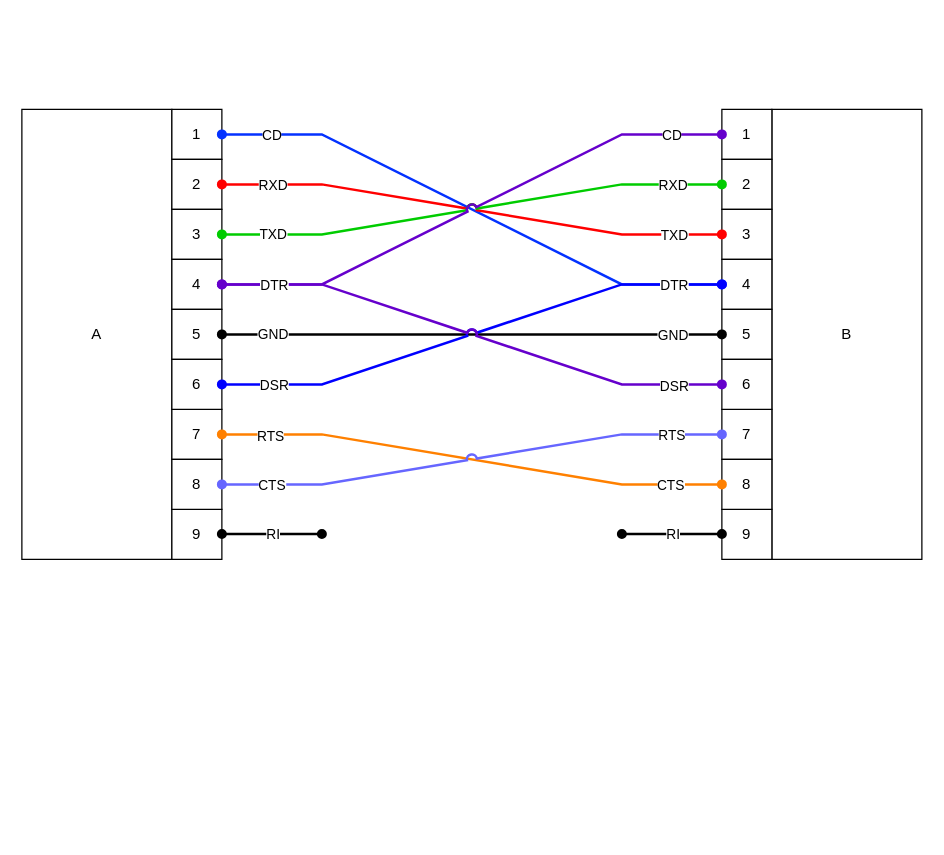
Before: null/serialcables.drawio in squeeb/diagrams, a draw.io diagram. Source tidied: cells renumbered, new cells numbered last; positions are measured from the earlier drawing's top-left corner, leaving out a move shared by most shapes. Both pictures are drawn from the tidied source at 125%, with x=0, y=0 at pixel (21, 109).
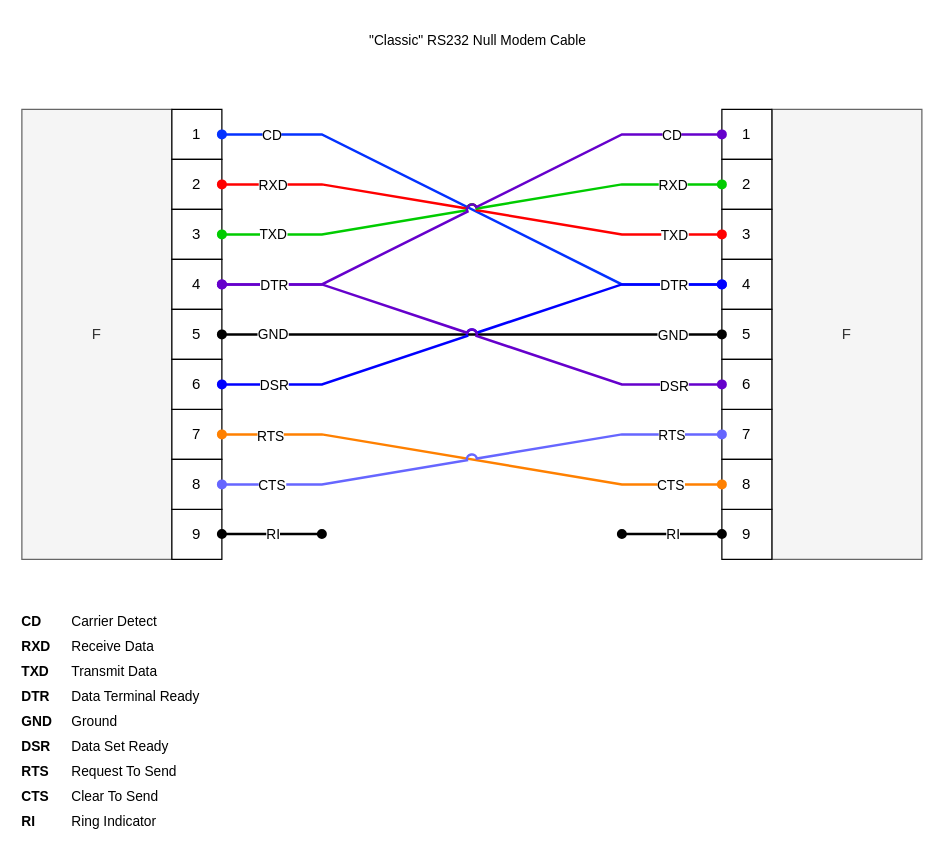
The same page after the edit.

The edit, as a diff of the source:
```diff
@@
-    <mxCell id="2" value="A" style="rounded=0;whiteSpace=wrap;html=1;" parent="1" vertex="1">
+    <mxCell id="2" value="F" style="rounded=0;whiteSpace=wrap;html=1;fillColor=#f5f5f5;fontColor=#333333;strokeColor=#666666;" parent="1" vertex="1">
       <mxGeometry width="120" height="360" as="geometry" />
     </mxCell>
-    <mxCell id="3" value="B" style="rounded=0;whiteSpace=wrap;html=1;" parent="1" vertex="1">
+    <mxCell id="3" value="F" style="rounded=0;whiteSpace=wrap;html=1;fillColor=#f5f5f5;fontColor=#333333;strokeColor=#666666;" parent="1" vertex="1">
       <mxGeometry x="600" width="120" height="360" as="geometry" />
     </mxCell>
@@
+    <mxCell id="51" value="&quot;Classic&quot; RS232 Null Modem Cable" style="text;strokeColor=none;align=center;fillColor=none;html=1;verticalAlign=middle;whiteSpace=wrap;rounded=0;fontFamily=Helvetica;fontSize=11;fontColor=default;labelBackgroundColor=default;" parent="1" vertex="1">
+      <mxGeometry x="270" y="-70" width="190" height="30" as="geometry" />
+    </mxCell>
+    <mxCell id="52" value="CD" style="text;strokeColor=none;align=left;fillColor=none;html=1;verticalAlign=middle;whiteSpace=wrap;rounded=0;fontFamily=Helvetica;fontSize=11;fontColor=default;labelBackgroundColor=default;spacing=0;fontStyle=1;" parent="1" vertex="1">
+      <mxGeometry y="400" width="40" height="20" as="geometry" />
+    </mxCell>
+    <mxCell id="53" value="RXD" style="text;strokeColor=none;align=left;fillColor=none;html=1;verticalAlign=middle;whiteSpace=wrap;rounded=0;fontFamily=Helvetica;fontSize=11;fontColor=default;labelBackgroundColor=default;spacing=0;fontStyle=1;" parent="1" vertex="1">
+      <mxGeometry y="420" width="40" height="20" as="geometry" />
+    </mxCell>
+    <mxCell id="54" value="TXD" style="text;strokeColor=none;align=left;fillColor=none;html=1;verticalAlign=middle;whiteSpace=wrap;rounded=0;fontFamily=Helvetica;fontSize=11;fontColor=default;labelBackgroundColor=default;spacing=0;fontStyle=1;" parent="1" vertex="1">
+      <mxGeometry y="440" width="40" height="20" as="geometry" />
+    </mxCell>
+    <mxCell id="55" value="DTR" style="text;strokeColor=none;align=left;fillColor=none;html=1;verticalAlign=middle;whiteSpace=wrap;rounded=0;fontFamily=Helvetica;fontSize=11;fontColor=default;labelBackgroundColor=default;spacing=0;fontStyle=1;" parent="1" vertex="1">
+      <mxGeometry y="460" width="40" height="20" as="geometry" />
+    </mxCell>
+    <mxCell id="56" value="GND" style="text;strokeColor=none;align=left;fillColor=none;html=1;verticalAlign=middle;whiteSpace=wrap;rounded=0;fontFamily=Helvetica;fontSize=11;fontColor=default;labelBackgroundColor=default;spacing=0;fontStyle=1;" parent="1" vertex="1">
+      <mxGeometry y="480" width="40" height="20" as="geometry" />
+    </mxCell>
+    <mxCell id="57" value="DSR" style="text;strokeColor=none;align=left;fillColor=none;html=1;verticalAlign=middle;whiteSpace=wrap;rounded=0;fontFamily=Helvetica;fontSize=11;fontColor=default;labelBackgroundColor=default;spacing=0;fontStyle=1;" parent="1" vertex="1">
+      <mxGeometry y="500" width="40" height="20" as="geometry" />
+    </mxCell>
+    <mxCell id="58" value="RTS" style="text;strokeColor=none;align=left;fillColor=none;html=1;verticalAlign=middle;whiteSpace=wrap;rounded=0;fontFamily=Helvetica;fontSize=11;fontColor=default;labelBackgroundColor=default;spacing=0;fontStyle=1;" parent="1" vertex="1">
+      <mxGeometry y="520" width="40" height="20" as="geometry" />
+    </mxCell>
+    <mxCell id="59" value="CTS" style="text;strokeColor=none;align=left;fillColor=none;html=1;verticalAlign=middle;whiteSpace=wrap;rounded=0;fontFamily=Helvetica;fontSize=11;fontColor=default;labelBackgroundColor=default;spacing=0;fontStyle=1;" parent="1" vertex="1">
+      <mxGeometry y="540" width="40" height="20" as="geometry" />
+    </mxCell>
+    <mxCell id="60" value="RI" style="text;strokeColor=none;align=left;fillColor=none;html=1;verticalAlign=middle;whiteSpace=wrap;rounded=0;fontFamily=Helvetica;fontSize=11;fontColor=default;labelBackgroundColor=default;spacing=0;fontStyle=1;" parent="1" vertex="1">
+      <mxGeometry y="560" width="40" height="20" as="geometry" />
+    </mxCell>
+    <mxCell id="61" value="Carrier Detect" style="text;strokeColor=none;align=left;fillColor=none;html=1;verticalAlign=middle;whiteSpace=wrap;rounded=0;fontFamily=Helvetica;fontSize=11;fontColor=default;labelBackgroundColor=default;spacing=0;" parent="1" vertex="1">
+      <mxGeometry x="40" y="400" width="120" height="20" as="geometry" />
+    </mxCell>
+    <mxCell id="62" value="Receive Data" style="text;strokeColor=none;align=left;fillColor=none;html=1;verticalAlign=middle;whiteSpace=wrap;rounded=0;fontFamily=Helvetica;fontSize=11;fontColor=default;labelBackgroundColor=default;spacing=0;" parent="1" vertex="1">
+      <mxGeometry x="40" y="420" width="120" height="20" as="geometry" />
+    </mxCell>
+    <mxCell id="63" value="Transmit Data" style="text;strokeColor=none;align=left;fillColor=none;html=1;verticalAlign=middle;whiteSpace=wrap;rounded=0;fontFamily=Helvetica;fontSize=11;fontColor=default;labelBackgroundColor=default;spacing=0;" parent="1" vertex="1">
+      <mxGeometry x="40" y="440" width="120" height="20" as="geometry" />
+    </mxCell>
+    <mxCell id="64" value="Data Terminal Ready" style="text;strokeColor=none;align=left;fillColor=none;html=1;verticalAlign=middle;whiteSpace=wrap;rounded=0;fontFamily=Helvetica;fontSize=11;fontColor=default;labelBackgroundColor=default;spacing=0;" parent="1" vertex="1">
+      <mxGeometry x="40" y="460" width="120" height="20" as="geometry" />
+    </mxCell>
+    <mxCell id="65" value="Ground" style="text;strokeColor=none;align=left;fillColor=none;html=1;verticalAlign=middle;whiteSpace=wrap;rounded=0;fontFamily=Helvetica;fontSize=11;fontColor=default;labelBackgroundColor=default;spacing=0;" parent="1" vertex="1">
+      <mxGeometry x="40" y="480" width="120" height="20" as="geometry" />
+    </mxCell>
+    <mxCell id="66" value="Data Set Ready" style="text;strokeColor=none;align=left;fillColor=none;html=1;verticalAlign=middle;whiteSpace=wrap;rounded=0;fontFamily=Helvetica;fontSize=11;fontColor=default;labelBackgroundColor=default;spacing=0;" parent="1" vertex="1">
+      <mxGeometry x="40" y="500" width="120" height="20" as="geometry" />
+    </mxCell>
+    <mxCell id="67" value="Request To Send" style="text;strokeColor=none;align=left;fillColor=none;html=1;verticalAlign=middle;whiteSpace=wrap;rounded=0;fontFamily=Helvetica;fontSize=11;fontColor=default;labelBackgroundColor=default;spacing=0;" parent="1" vertex="1">
+      <mxGeometry x="40" y="520" width="120" height="20" as="geometry" />
+    </mxCell>
+    <mxCell id="68" value="Clear To Send" style="text;strokeColor=none;align=left;fillColor=none;html=1;verticalAlign=middle;whiteSpace=wrap;rounded=0;fontFamily=Helvetica;fontSize=11;fontColor=default;labelBackgroundColor=default;spacing=0;" parent="1" vertex="1">
+      <mxGeometry x="40" y="540" width="120" height="20" as="geometry" />
+    </mxCell>
+    <mxCell id="69" value="Ring Indicator" style="text;strokeColor=none;align=left;fillColor=none;html=1;verticalAlign=middle;whiteSpace=wrap;rounded=0;fontFamily=Helvetica;fontSize=11;fontColor=default;labelBackgroundColor=default;spacing=0;" parent="1" vertex="1">
+      <mxGeometry x="40" y="560" width="120" height="20" as="geometry" />
+    </mxCell>
```
